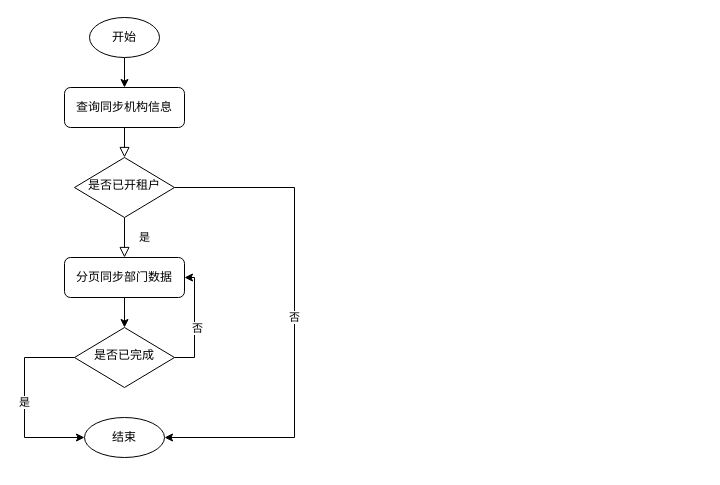
The draw.io diagram 云羲搭组织用户同步.drawio in liangdengming/diagrams, before the edit. Source tidied: cells renumbered, new cells numbered last; positions are measured from the earlier drawing's top-left corner, leaving out a move shared by most shapes. Both pictures are drawn from the tidied source at 100%, with x=0, y=0 at pixel (24, 17).
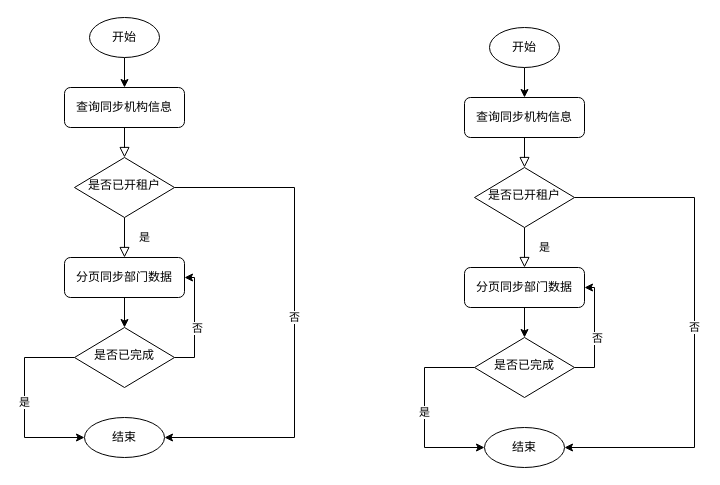
Above is the later version.

Commit message (it also covers changes not shown here):
更新云羲搭组织用户同步.drawio

Diff of the diagram source:
```diff
@@
+    <mxCell id="16" style="rounded=0;html=1;jettySize=auto;fontSize=11;endArrow=block;endFill=0;endSize=8;strokeWidth=1;shadow=0;labelBackgroundColor=none;edgeStyle=orthogonalEdgeStyle;" parent="1" edge="1" source="17" target="20">
+      <mxGeometry relative="1" as="geometry" />
+    </mxCell>
+    <mxCell id="17" value="查询同步机构信息" style="rounded=1;whiteSpace=wrap;html=1;fontSize=12;glass=0;strokeWidth=1;shadow=0;" parent="1" vertex="1">
+      <mxGeometry x="440" y="80" width="120" height="40" as="geometry" />
+    </mxCell>
+    <mxCell id="18" value="是" style="rounded=0;html=1;jettySize=auto;fontSize=11;endArrow=block;endFill=0;endSize=8;strokeWidth=1;shadow=0;labelBackgroundColor=none;edgeStyle=orthogonalEdgeStyle;" parent="1" edge="1" source="20" target="25">
+      <mxGeometry y="20" relative="1" as="geometry" />
+    </mxCell>
+    <mxCell id="19" value="否" style="edgeStyle=orthogonalEdgeStyle;rounded=0;jettySize=auto;html=1;entryX=1;entryY=0.5;entryDx=0;entryDy=0;entryPerimeter=0;exitX=1;exitY=0.5;exitDx=0;exitDy=0;" parent="1" edge="1" source="20" target="23">
+      <mxGeometry relative="1" as="geometry">
+        <Array as="points">
+          <mxPoint x="670" y="180" />
+          <mxPoint x="670" y="430" />
+        </Array>
+      </mxGeometry>
+    </mxCell>
+    <mxCell id="20" value="是否已开租户" style="rhombus;whiteSpace=wrap;html=1;shadow=0;fontFamily=Helvetica;fontSize=12;align=center;strokeWidth=1;spacing=6;spacingTop=-4;" parent="1" vertex="1">
+      <mxGeometry x="450" y="150" width="100" height="60" as="geometry" />
+    </mxCell>
+    <mxCell id="21" style="edgeStyle=orthogonalEdgeStyle;rounded=0;jettySize=auto;html=1;entryX=0.5;entryY=0;entryDx=0;entryDy=0;" parent="1" edge="1" source="22" target="17">
+      <mxGeometry relative="1" as="geometry" />
+    </mxCell>
+    <mxCell id="22" value="开始" style="strokeWidth=1;html=1;shape=mxgraph.flowchart.start_1;whiteSpace=wrap;" parent="1" vertex="1">
+      <mxGeometry x="465" y="10" width="70" height="40" as="geometry" />
+    </mxCell>
+    <mxCell id="23" value="结束" style="strokeWidth=1;html=1;shape=mxgraph.flowchart.start_1;whiteSpace=wrap;" parent="1" vertex="1">
+      <mxGeometry x="460" y="410" width="80" height="40" as="geometry" />
+    </mxCell>
+    <mxCell id="24" style="edgeStyle=orthogonalEdgeStyle;rounded=0;jettySize=auto;html=1;" parent="1" edge="1" source="25" target="29">
+      <mxGeometry relative="1" as="geometry" />
+    </mxCell>
+    <mxCell id="25" value="分页同步部门数据" style="rounded=1;whiteSpace=wrap;html=1;fontSize=12;glass=0;strokeWidth=1;shadow=0;" parent="1" vertex="1">
+      <mxGeometry x="440" y="250" width="120" height="40" as="geometry" />
+    </mxCell>
+    <mxCell id="26" value="是" style="edgeStyle=orthogonalEdgeStyle;rounded=0;jettySize=auto;html=1;entryX=0;entryY=0.5;entryDx=0;entryDy=0;entryPerimeter=0;exitX=0;exitY=0.5;exitDx=0;exitDy=0;" parent="1" edge="1" source="29" target="23">
+      <mxGeometry relative="1" as="geometry">
+        <Array as="points">
+          <mxPoint x="400" y="350" />
+          <mxPoint x="400" y="430" />
+        </Array>
+      </mxGeometry>
+    </mxCell>
+    <mxCell id="27" style="edgeStyle=orthogonalEdgeStyle;rounded=0;jettySize=auto;html=1;entryX=1;entryY=0.5;entryDx=0;entryDy=0;exitX=1;exitY=0.5;exitDx=0;exitDy=0;" parent="1" edge="1" source="29" target="25">
+      <mxGeometry relative="1" as="geometry" />
+    </mxCell>
+    <mxCell id="28" value="否" style="edgeLabel;html=1;align=center;verticalAlign=middle;" parent="27" vertex="1">
+      <mxGeometry x="-0.09" y="-2" relative="1" as="geometry" />
+    </mxCell>
+    <mxCell id="29" value="是否已完成" style="rhombus;whiteSpace=wrap;html=1;shadow=0;fontFamily=Helvetica;fontSize=12;align=center;strokeWidth=1;spacing=6;spacingTop=-4;" parent="1" vertex="1">
+      <mxGeometry x="450" y="320" width="100" height="60" as="geometry" />
+    </mxCell>
```
